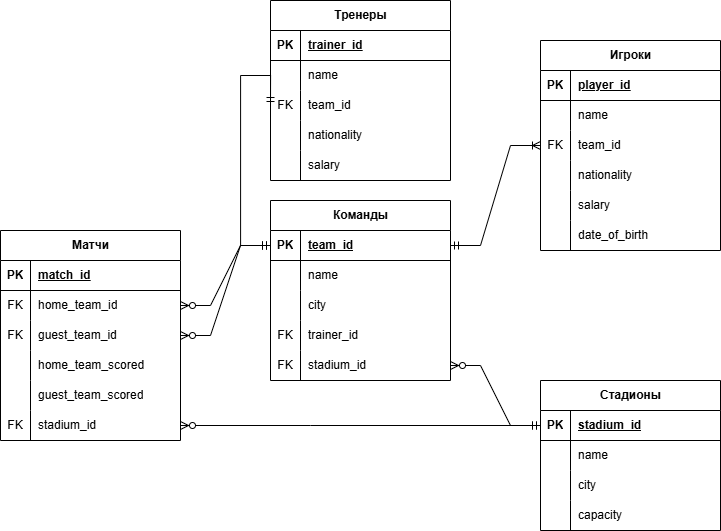
Above: логическая_модель__1_.png in AnrewQz/football-league-db (draw.io), before the change. Source tidied: cells renumbered, new cells last; positions are measured from the earlier drawing's top-left corner, leaving out a move shared by most shapes.
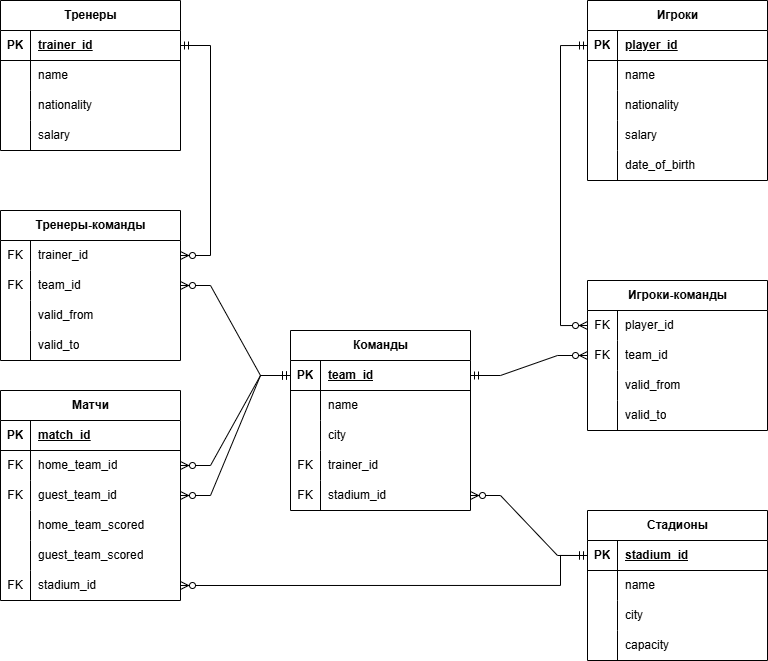
Later version of the same file.

Diff of the diagram source:
```diff
@@ -3,7 +3,7 @@
     <mxCell id="0" />
     <mxCell id="1" parent="0" />
     <mxCell id="2" value="Команды" style="shape=table;startSize=30;rowLines=0;fontStyle=1;align=center;html=1;" parent="1" vertex="1">
-      <mxGeometry x="270" y="200" width="180" height="180" as="geometry" />
+      <mxGeometry x="290" y="170" width="180" height="180" as="geometry" />
     </mxCell>
     <mxCell id="3" style="shape=tableRow;horizontal=0;startSize=0;swimlaneHead=0;swimlaneBody=0;fillColor=none;points=[[0,0.5],[1,0.5]];portConstraint=eastwest;top=0;left=0;right=0;bottom=1;" parent="2" vertex="1">
       <mxGeometry y="30" width="180" height="30" as="geometry" />
@@ -51,7 +51,7 @@
       <mxGeometry x="30" width="150" height="30" as="geometry" />
     </mxCell>
     <mxCell id="18" value="Стадионы" style="shape=table;startSize=30;rowLines=0;fontStyle=1;align=center;html=1;" parent="1" vertex="1">
-      <mxGeometry x="540" y="380" width="180" height="150" as="geometry" />
+      <mxGeometry x="587" y="350" width="180" height="150" as="geometry" />
     </mxCell>
     <mxCell id="19" style="shape=tableRow;horizontal=0;startSize=0;swimlaneHead=0;swimlaneBody=0;fillColor=none;points=[[0,0.5],[1,0.5]];portConstraint=eastwest;top=0;left=0;right=0;bottom=1;" parent="18" vertex="1">
       <mxGeometry y="30" width="180" height="30" as="geometry" />
@@ -90,7 +90,7 @@
       <mxGeometry x="30" width="150" height="30" as="geometry" />
     </mxCell>
     <mxCell id="31" value="Игроки" style="shape=table;startSize=30;rowLines=0;fontStyle=1;align=center;html=1;" parent="1" vertex="1">
-      <mxGeometry x="540" y="40" width="180" height="210" as="geometry" />
+      <mxGeometry x="587" y="-160" width="180" height="180" as="geometry" />
     </mxCell>
     <mxCell id="32" style="shape=tableRow;horizontal=0;startSize=0;swimlaneHead=0;swimlaneBody=0;fillColor=none;points=[[0,0.5],[1,0.5]];portConstraint=eastwest;top=0;left=0;right=0;bottom=1;" parent="31" vertex="1">
       <mxGeometry y="30" width="180" height="30" as="geometry" />
@@ -110,17 +110,8 @@
     <mxCell id="37" value="name" style="shape=partialRectangle;fillColor=none;top=0;left=0;bottom=0;right=0;align=left;spacingLeft=6;overflow=hidden;whiteSpace=wrap;html=1;" parent="35" vertex="1">
       <mxGeometry x="30" width="150" height="30" as="geometry" />
     </mxCell>
-    <mxCell id="38" style="shape=tableRow;horizontal=0;startSize=0;swimlaneHead=0;swimlaneBody=0;fillColor=none;points=[[0,0.5],[1,0.5]];portConstraint=eastwest;top=0;left=0;right=0;bottom=0;" parent="31" vertex="1">
-      <mxGeometry y="90" width="180" height="30" as="geometry" />
-    </mxCell>
-    <mxCell id="39" value="FK" style="shape=partialRectangle;fillColor=none;top=0;left=0;bottom=0;right=0;overflow=hidden;whiteSpace=wrap;html=1;" parent="38" vertex="1">
-      <mxGeometry width="30" height="30" as="geometry" />
-    </mxCell>
-    <mxCell id="40" value="team_id" style="shape=partialRectangle;fillColor=none;top=0;left=0;bottom=0;right=0;align=left;spacingLeft=6;overflow=hidden;whiteSpace=wrap;html=1;" parent="38" vertex="1">
-      <mxGeometry x="30" width="150" height="30" as="geometry" />
-    </mxCell>
     <mxCell id="41" style="shape=tableRow;horizontal=0;startSize=0;swimlaneHead=0;swimlaneBody=0;fillColor=none;top=0;left=0;right=0;bottom=0;" parent="31" vertex="1">
-      <mxGeometry y="120" width="180" height="30" as="geometry" />
+      <mxGeometry y="90" width="180" height="30" as="geometry" />
     </mxCell>
     <mxCell id="42" style="shape=partialRectangle;fillColor=none;top=0;left=0;bottom=0;right=0;overflow=hidden;whiteSpace=wrap;html=1;" parent="41" vertex="1">
       <mxGeometry width="30" height="30" as="geometry" />
@@ -129,7 +120,7 @@
       <mxGeometry x="30" width="150" height="30" as="geometry" />
     </mxCell>
     <mxCell id="44" style="shape=tableRow;horizontal=0;startSize=0;swimlaneHead=0;swimlaneBody=0;fillColor=none;top=0;left=0;right=0;bottom=0;" parent="31" vertex="1">
-      <mxGeometry y="150" width="180" height="30" as="geometry" />
+      <mxGeometry y="120" width="180" height="30" as="geometry" />
     </mxCell>
     <mxCell id="45" style="shape=partialRectangle;fillColor=none;top=0;left=0;bottom=0;right=0;overflow=hidden;whiteSpace=wrap;html=1;" parent="44" vertex="1">
       <mxGeometry width="30" height="30" as="geometry" />
@@ -138,7 +129,7 @@
       <mxGeometry x="30" width="150" height="30" as="geometry" />
     </mxCell>
     <mxCell id="47" style="shape=tableRow;horizontal=0;startSize=0;swimlaneHead=0;swimlaneBody=0;fillColor=none;top=0;left=0;right=0;bottom=0;" parent="31" vertex="1">
-      <mxGeometry y="180" width="180" height="30" as="geometry" />
+      <mxGeometry y="150" width="180" height="30" as="geometry" />
     </mxCell>
     <mxCell id="48" style="shape=partialRectangle;fillColor=none;top=0;left=0;bottom=0;right=0;overflow=hidden;whiteSpace=wrap;html=1;" parent="47" vertex="1">
       <mxGeometry width="30" height="30" as="geometry" />
@@ -204,7 +195,7 @@
       <mxGeometry x="30" width="150" height="30" as="geometry" />
     </mxCell>
     <mxCell id="69" value="Тренеры" style="shape=table;startSize=30;rowLines=0;fontStyle=1;align=center;html=1;" parent="1" vertex="1">
-      <mxGeometry x="270" width="180" height="180" as="geometry" />
+      <mxGeometry y="-160" width="180" height="150" as="geometry" />
     </mxCell>
     <mxCell id="70" style="shape=tableRow;horizontal=0;startSize=0;swimlaneHead=0;swimlaneBody=0;fillColor=none;points=[[0,0.5],[1,0.5]];portConstraint=eastwest;top=0;left=0;right=0;bottom=1;" parent="69" vertex="1">
       <mxGeometry y="30" width="180" height="30" as="geometry" />
@@ -224,17 +215,8 @@
     <mxCell id="75" value="name" style="shape=partialRectangle;fillColor=none;top=0;left=0;bottom=0;right=0;align=left;spacingLeft=6;overflow=hidden;whiteSpace=wrap;html=1;" parent="73" vertex="1">
       <mxGeometry x="30" width="150" height="30" as="geometry" />
     </mxCell>
-    <mxCell id="76" style="shape=tableRow;horizontal=0;startSize=0;swimlaneHead=0;swimlaneBody=0;fillColor=none;points=[[0,0.5],[1,0.5]];portConstraint=eastwest;top=0;left=0;right=0;bottom=0;" parent="69" vertex="1">
-      <mxGeometry y="90" width="180" height="30" as="geometry" />
-    </mxCell>
-    <mxCell id="77" value="FK" style="shape=partialRectangle;fillColor=none;top=0;left=0;bottom=0;right=0;overflow=hidden;whiteSpace=wrap;html=1;" parent="76" vertex="1">
-      <mxGeometry width="30" height="30" as="geometry" />
-    </mxCell>
-    <mxCell id="78" value="team_id" style="shape=partialRectangle;fillColor=none;top=0;left=0;bottom=0;right=0;align=left;spacingLeft=6;overflow=hidden;whiteSpace=wrap;html=1;" parent="76" vertex="1">
-      <mxGeometry x="30" width="150" height="30" as="geometry" />
-    </mxCell>
     <mxCell id="79" style="shape=tableRow;horizontal=0;startSize=0;swimlaneHead=0;swimlaneBody=0;fillColor=none;top=0;left=0;right=0;bottom=0;" parent="69" vertex="1">
-      <mxGeometry y="120" width="180" height="30" as="geometry" />
+      <mxGeometry y="90" width="180" height="30" as="geometry" />
     </mxCell>
     <mxCell id="80" style="shape=partialRectangle;fillColor=none;top=0;left=0;bottom=0;right=0;overflow=hidden;whiteSpace=wrap;html=1;" parent="79" vertex="1">
       <mxGeometry width="30" height="30" as="geometry" />
@@ -243,7 +225,7 @@
       <mxGeometry x="30" width="150" height="30" as="geometry" />
     </mxCell>
     <mxCell id="82" style="shape=tableRow;horizontal=0;startSize=0;swimlaneHead=0;swimlaneBody=0;fillColor=none;top=0;left=0;right=0;bottom=0;" parent="69" vertex="1">
-      <mxGeometry y="150" width="180" height="30" as="geometry" />
+      <mxGeometry y="120" width="180" height="30" as="geometry" />
     </mxCell>
     <mxCell id="83" style="shape=partialRectangle;fillColor=none;top=0;left=0;bottom=0;right=0;overflow=hidden;whiteSpace=wrap;html=1;" parent="82" vertex="1">
       <mxGeometry width="30" height="30" as="geometry" />
@@ -251,17 +233,6 @@
     <mxCell id="84" value="salary" style="shape=partialRectangle;fillColor=none;top=0;left=0;bottom=0;right=0;align=left;spacingLeft=6;overflow=hidden;whiteSpace=wrap;html=1;" parent="82" vertex="1">
       <mxGeometry x="30" width="150" height="30" as="geometry" />
     </mxCell>
-    <mxCell id="85" style="edgeStyle=entityRelationEdgeStyle;fontSize=12;html=1;endArrow=ERoneToMany;startArrow=ERmandOne;rounded=0;exitX=1;exitY=0.5;exitDx=0;exitDy=0;entryX=0;entryY=0.5;entryDx=0;entryDy=0;" parent="1" edge="1" source="3" target="38">
-      <mxGeometry relative="1" as="geometry" />
-    </mxCell>
-    <mxCell id="86" style="edgeStyle=orthogonalEdgeStyle;fontSize=12;html=1;endArrow=ERmandOne;startArrow=ERmandOne;rounded=0;exitX=0;exitY=0.5;exitDx=0;exitDy=0;entryX=0;entryY=0.5;entryDx=0;entryDy=0;" parent="1" edge="1" source="76" target="3">
-      <mxGeometry relative="1" as="geometry">
-        <Array as="points">
-          <mxPoint x="240" y="75" />
-          <mxPoint x="240" y="245" />
-        </Array>
-      </mxGeometry>
-    </mxCell>
     <mxCell id="87" style="edgeStyle=entityRelationEdgeStyle;fontSize=12;html=1;endArrow=ERzeroToMany;startArrow=ERmandOne;rounded=0;entryX=1;entryY=0.5;entryDx=0;entryDy=0;exitX=0;exitY=0.5;exitDx=0;exitDy=0;" parent="1" edge="1" source="19" target="15">
       <mxGeometry relative="1" as="geometry" />
     </mxCell>
@@ -274,10 +245,105 @@
     <mxCell id="90" style="edgeStyle=orthogonalEdgeStyle;fontSize=12;html=1;endArrow=ERzeroToMany;startArrow=ERmandOne;rounded=0;entryX=1;entryY=0.5;entryDx=0;entryDy=0;exitX=0;exitY=0.5;exitDx=0;exitDy=0;" parent="1" edge="1" source="19" target="66">
       <mxGeometry relative="1" as="geometry">
         <Array as="points">
-          <mxPoint x="310" y="425" />
-          <mxPoint x="310" y="425" />
+          <mxPoint x="560" y="395" />
+          <mxPoint x="560" y="425" />
         </Array>
       </mxGeometry>
     </mxCell>
+    <mxCell id="91" value="Игроки-команды" style="shape=table;startSize=30;rowLines=0;fontStyle=1;align=center;html=1;" parent="1" vertex="1">
+      <mxGeometry x="587" y="120" width="180" height="150" as="geometry" />
+    </mxCell>
+    <mxCell id="92" style="shape=tableRow;horizontal=0;startSize=0;swimlaneHead=0;swimlaneBody=0;fillColor=none;points=[[0,0.5],[1,0.5]];portConstraint=eastwest;top=0;left=0;right=0;bottom=0;" parent="91" vertex="1">
+      <mxGeometry y="30" width="180" height="30" as="geometry" />
+    </mxCell>
+    <mxCell id="93" value="FK" style="shape=partialRectangle;fillColor=none;top=0;left=0;bottom=0;right=0;overflow=hidden;whiteSpace=wrap;html=1;" parent="92" vertex="1">
+      <mxGeometry width="30" height="30" as="geometry" />
+    </mxCell>
+    <mxCell id="94" value="player_id" style="shape=partialRectangle;fillColor=none;top=0;left=0;bottom=0;right=0;align=left;spacingLeft=6;overflow=hidden;whiteSpace=wrap;html=1;" parent="92" vertex="1">
+      <mxGeometry x="30" width="150" height="30" as="geometry" />
+    </mxCell>
+    <mxCell id="95" style="shape=tableRow;horizontal=0;startSize=0;swimlaneHead=0;swimlaneBody=0;fillColor=none;points=[[0,0.5],[1,0.5]];portConstraint=eastwest;top=0;left=0;right=0;bottom=0;" parent="91" vertex="1">
+      <mxGeometry y="60" width="180" height="30" as="geometry" />
+    </mxCell>
+    <mxCell id="96" value="FK" style="shape=partialRectangle;fillColor=none;top=0;left=0;bottom=0;right=0;overflow=hidden;whiteSpace=wrap;html=1;" parent="95" vertex="1">
+      <mxGeometry width="30" height="30" as="geometry" />
+    </mxCell>
+    <mxCell id="97" value="team_id" style="shape=partialRectangle;fillColor=none;top=0;left=0;bottom=0;right=0;align=left;spacingLeft=6;overflow=hidden;whiteSpace=wrap;html=1;" parent="95" vertex="1">
+      <mxGeometry x="30" width="150" height="30" as="geometry" />
+    </mxCell>
+    <mxCell id="98" style="shape=tableRow;horizontal=0;startSize=0;swimlaneHead=0;swimlaneBody=0;fillColor=none;top=0;left=0;right=0;bottom=0;" parent="91" vertex="1">
+      <mxGeometry y="90" width="180" height="30" as="geometry" />
+    </mxCell>
+    <mxCell id="99" style="shape=partialRectangle;fillColor=none;top=0;left=0;bottom=0;right=0;overflow=hidden;whiteSpace=wrap;html=1;" parent="98" vertex="1">
+      <mxGeometry width="30" height="30" as="geometry" />
+    </mxCell>
+    <mxCell id="100" value="valid_from" style="shape=partialRectangle;fillColor=none;top=0;left=0;bottom=0;right=0;align=left;spacingLeft=6;overflow=hidden;whiteSpace=wrap;html=1;" parent="98" vertex="1">
+      <mxGeometry x="30" width="150" height="30" as="geometry" />
+    </mxCell>
+    <mxCell id="101" style="shape=tableRow;horizontal=0;startSize=0;swimlaneHead=0;swimlaneBody=0;fillColor=none;top=0;left=0;right=0;bottom=0;" parent="91" vertex="1">
+      <mxGeometry y="120" width="180" height="30" as="geometry" />
+    </mxCell>
+    <mxCell id="102" style="shape=partialRectangle;fillColor=none;top=0;left=0;bottom=0;right=0;overflow=hidden;whiteSpace=wrap;html=1;" parent="101" vertex="1">
+      <mxGeometry width="30" height="30" as="geometry" />
+    </mxCell>
+    <mxCell id="103" value="valid_to" style="shape=partialRectangle;fillColor=none;top=0;left=0;bottom=0;right=0;align=left;spacingLeft=6;overflow=hidden;whiteSpace=wrap;html=1;" parent="101" vertex="1">
+      <mxGeometry x="30" width="150" height="30" as="geometry" />
+    </mxCell>
+    <mxCell id="104" style="edgeStyle=orthogonalEdgeStyle;fontSize=12;html=1;endArrow=ERzeroToMany;startArrow=ERmandOne;rounded=0;exitX=0;exitY=0.5;exitDx=0;exitDy=0;entryX=0;entryY=0.5;entryDx=0;entryDy=0;" parent="1" edge="1" source="32" target="92">
+      <mxGeometry relative="1" as="geometry">
+        <Array as="points">
+          <mxPoint x="560" y="-115" />
+          <mxPoint x="560" y="165" />
+        </Array>
+      </mxGeometry>
+    </mxCell>
+    <mxCell id="105" style="edgeStyle=entityRelationEdgeStyle;fontSize=12;html=1;endArrow=ERzeroToMany;startArrow=ERmandOne;rounded=0;exitX=1;exitY=0.5;exitDx=0;exitDy=0;entryX=0;entryY=0.5;entryDx=0;entryDy=0;" parent="1" edge="1" source="3" target="95">
+      <mxGeometry relative="1" as="geometry" />
+    </mxCell>
+    <mxCell id="106" value="Тренеры-команды" style="shape=table;startSize=30;rowLines=0;fontStyle=1;align=center;html=1;" parent="1" vertex="1">
+      <mxGeometry y="50" width="180" height="150" as="geometry" />
+    </mxCell>
+    <mxCell id="107" style="shape=tableRow;horizontal=0;startSize=0;swimlaneHead=0;swimlaneBody=0;fillColor=none;points=[[0,0.5],[1,0.5]];portConstraint=eastwest;top=0;left=0;right=0;bottom=0;" parent="106" vertex="1">
+      <mxGeometry y="30" width="180" height="30" as="geometry" />
+    </mxCell>
+    <mxCell id="108" value="FK" style="shape=partialRectangle;fillColor=none;top=0;left=0;bottom=0;right=0;overflow=hidden;whiteSpace=wrap;html=1;" parent="107" vertex="1">
+      <mxGeometry width="30" height="30" as="geometry" />
+    </mxCell>
+    <mxCell id="109" value="trainer_id" style="shape=partialRectangle;fillColor=none;top=0;left=0;bottom=0;right=0;align=left;spacingLeft=6;overflow=hidden;whiteSpace=wrap;html=1;" parent="107" vertex="1">
+      <mxGeometry x="30" width="150" height="30" as="geometry" />
+    </mxCell>
+    <mxCell id="110" style="shape=tableRow;horizontal=0;startSize=0;swimlaneHead=0;swimlaneBody=0;fillColor=none;points=[[0,0.5],[1,0.5]];portConstraint=eastwest;top=0;left=0;right=0;bottom=0;" parent="106" vertex="1">
+      <mxGeometry y="60" width="180" height="30" as="geometry" />
+    </mxCell>
+    <mxCell id="111" value="FK" style="shape=partialRectangle;fillColor=none;top=0;left=0;bottom=0;right=0;overflow=hidden;whiteSpace=wrap;html=1;" parent="110" vertex="1">
+      <mxGeometry width="30" height="30" as="geometry" />
+    </mxCell>
+    <mxCell id="112" value="team_id" style="shape=partialRectangle;fillColor=none;top=0;left=0;bottom=0;right=0;align=left;spacingLeft=6;overflow=hidden;whiteSpace=wrap;html=1;" parent="110" vertex="1">
+      <mxGeometry x="30" width="150" height="30" as="geometry" />
+    </mxCell>
+    <mxCell id="113" style="shape=tableRow;horizontal=0;startSize=0;swimlaneHead=0;swimlaneBody=0;fillColor=none;top=0;left=0;right=0;bottom=0;" parent="106" vertex="1">
+      <mxGeometry y="90" width="180" height="30" as="geometry" />
+    </mxCell>
+    <mxCell id="114" style="shape=partialRectangle;fillColor=none;top=0;left=0;bottom=0;right=0;overflow=hidden;whiteSpace=wrap;html=1;" parent="113" vertex="1">
+      <mxGeometry width="30" height="30" as="geometry" />
+    </mxCell>
+    <mxCell id="115" value="valid_from" style="shape=partialRectangle;fillColor=none;top=0;left=0;bottom=0;right=0;align=left;spacingLeft=6;overflow=hidden;whiteSpace=wrap;html=1;" parent="113" vertex="1">
+      <mxGeometry x="30" width="150" height="30" as="geometry" />
+    </mxCell>
+    <mxCell id="116" style="shape=tableRow;horizontal=0;startSize=0;swimlaneHead=0;swimlaneBody=0;fillColor=none;top=0;left=0;right=0;bottom=0;" parent="106" vertex="1">
+      <mxGeometry y="120" width="180" height="30" as="geometry" />
+    </mxCell>
+    <mxCell id="117" style="shape=partialRectangle;fillColor=none;top=0;left=0;bottom=0;right=0;overflow=hidden;whiteSpace=wrap;html=1;" parent="116" vertex="1">
+      <mxGeometry width="30" height="30" as="geometry" />
+    </mxCell>
+    <mxCell id="118" value="valid_to" style="shape=partialRectangle;fillColor=none;top=0;left=0;bottom=0;right=0;align=left;spacingLeft=6;overflow=hidden;whiteSpace=wrap;html=1;" parent="116" vertex="1">
+      <mxGeometry x="30" width="150" height="30" as="geometry" />
+    </mxCell>
+    <mxCell id="119" style="edgeStyle=entityRelationEdgeStyle;fontSize=12;html=1;endArrow=ERzeroToMany;startArrow=ERmandOne;rounded=0;exitX=0;exitY=0.5;exitDx=0;exitDy=0;entryX=1;entryY=0.5;entryDx=0;entryDy=0;" parent="1" edge="1" source="3" target="110">
+      <mxGeometry relative="1" as="geometry" />
+    </mxCell>
+    <mxCell id="120" style="edgeStyle=entityRelationEdgeStyle;fontSize=12;html=1;endArrow=ERzeroToMany;startArrow=ERmandOne;rounded=0;exitX=1;exitY=0.5;exitDx=0;exitDy=0;entryX=1;entryY=0.5;entryDx=0;entryDy=0;" parent="1" edge="1" source="70" target="107">
+      <mxGeometry relative="1" as="geometry" />
+    </mxCell>
   </root>
 </mxGraphModel>
```
